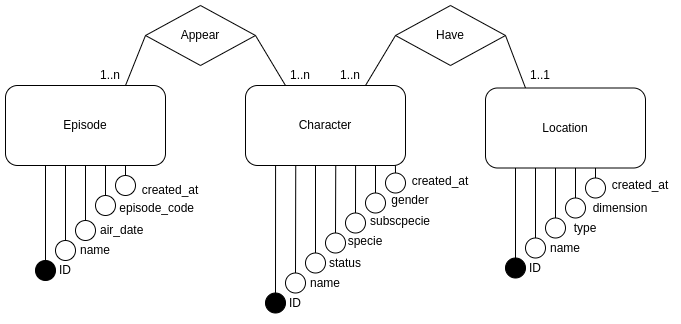
This is database/documentation/entity-relationship-diagram/erd.png from Dellonath/ricknmorty-database-modelling, a draw.io export, as it was before one commit. Source tidied: cells renumbered, new cells last; positions are measured from the earlier drawing's top-left corner, leaving out a move shared by most shapes.
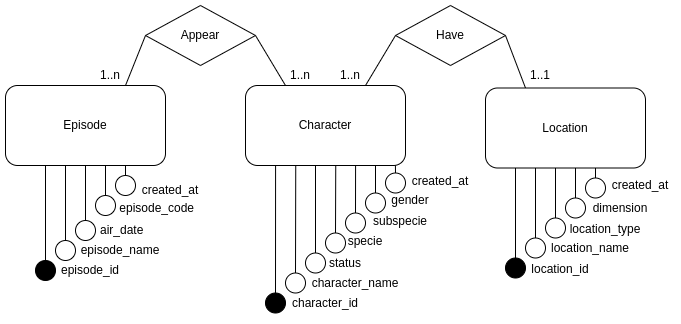
The same diagram one commit later.

Change to the diagram source:
```diff
@@ -28,11 +28,11 @@
     <mxCell id="9" style="ellipse;whiteSpace=wrap;html=1;" parent="1" vertex="1">
       <mxGeometry x="110" y="170" width="20" height="20" as="geometry" />
     </mxCell>
-    <mxCell id="10" value="ID" style="text;html=1;strokeColor=none;fillColor=none;align=center;verticalAlign=middle;whiteSpace=wrap;rounded=0;" parent="1" vertex="1">
-      <mxGeometry x="20" y="250" width="80" height="30" as="geometry" />
+    <mxCell id="10" value="episode_id" style="text;html=1;strokeColor=none;fillColor=none;align=center;verticalAlign=middle;whiteSpace=wrap;rounded=0;" parent="1" vertex="1">
+      <mxGeometry x="20" y="250" width="130" height="30" as="geometry" />
     </mxCell>
-    <mxCell id="11" value="name" style="text;html=1;strokeColor=none;fillColor=none;align=center;verticalAlign=middle;whiteSpace=wrap;rounded=0;" parent="1" vertex="1">
-      <mxGeometry x="60" y="230" width="60" height="30" as="geometry" />
+    <mxCell id="11" value="episode_name" style="text;html=1;strokeColor=none;fillColor=none;align=center;verticalAlign=middle;whiteSpace=wrap;rounded=0;" parent="1" vertex="1">
+      <mxGeometry x="60" y="230" width="110" height="30" as="geometry" />
     </mxCell>
     <mxCell id="12" value="&amp;nbsp; &amp;nbsp; air_date" style="text;html=1;strokeColor=none;fillColor=none;align=center;verticalAlign=middle;whiteSpace=wrap;rounded=0;" parent="1" vertex="1">
       <mxGeometry x="70" y="210" width="80" height="30" as="geometry" />
@@ -103,14 +103,14 @@
     <mxCell id="30" style="ellipse;whiteSpace=wrap;html=1;" parent="1" vertex="1">
       <mxGeometry x="580" y="172.5" width="20" height="20" as="geometry" />
     </mxCell>
-    <mxCell id="31" value="ID" style="text;html=1;strokeColor=none;fillColor=none;align=center;verticalAlign=middle;whiteSpace=wrap;rounded=0;" parent="1" vertex="1">
-      <mxGeometry x="500" y="247.5" width="60" height="30" as="geometry" />
+    <mxCell id="31" value="location_id" style="text;html=1;strokeColor=none;fillColor=none;align=center;verticalAlign=middle;whiteSpace=wrap;rounded=0;" parent="1" vertex="1">
+      <mxGeometry x="500" y="247.5" width="110" height="32.5" as="geometry" />
     </mxCell>
-    <mxCell id="32" value="name" style="text;html=1;strokeColor=none;fillColor=none;align=center;verticalAlign=middle;whiteSpace=wrap;rounded=0;" parent="1" vertex="1">
-      <mxGeometry x="530" y="227.5" width="60" height="30" as="geometry" />
+    <mxCell id="32" value="location_name" style="text;html=1;strokeColor=none;fillColor=none;align=center;verticalAlign=middle;whiteSpace=wrap;rounded=0;" parent="1" vertex="1">
+      <mxGeometry x="530" y="227.5" width="110" height="30" as="geometry" />
     </mxCell>
-    <mxCell id="33" value="type" style="text;html=1;strokeColor=none;fillColor=none;align=center;verticalAlign=middle;whiteSpace=wrap;rounded=0;" parent="1" vertex="1">
-      <mxGeometry x="540" y="207.5" width="80" height="30" as="geometry" />
+    <mxCell id="33" value="location_type" style="text;html=1;strokeColor=none;fillColor=none;align=center;verticalAlign=middle;whiteSpace=wrap;rounded=0;" parent="1" vertex="1">
+      <mxGeometry x="540" y="207.5" width="120" height="32.5" as="geometry" />
     </mxCell>
     <mxCell id="34" value="dimension" style="text;html=1;strokeColor=none;fillColor=none;align=center;verticalAlign=middle;whiteSpace=wrap;rounded=0;" parent="1" vertex="1">
       <mxGeometry x="580" y="187.5" width="70" height="30" as="geometry" />
@@ -153,11 +153,11 @@
     <mxCell id="46" style="ellipse;whiteSpace=wrap;html=1;" parent="1" vertex="1">
       <mxGeometry x="340" y="207.5" width="20" height="20" as="geometry" />
     </mxCell>
-    <mxCell id="47" value="ID" style="text;html=1;strokeColor=none;fillColor=none;align=center;verticalAlign=middle;whiteSpace=wrap;rounded=0;" parent="1" vertex="1">
-      <mxGeometry x="260" y="282.5" width="60" height="30" as="geometry" />
+    <mxCell id="47" value="character_id" style="text;html=1;strokeColor=none;fillColor=none;align=center;verticalAlign=middle;whiteSpace=wrap;rounded=0;" parent="1" vertex="1">
+      <mxGeometry x="260" y="282.5" width="120" height="30" as="geometry" />
     </mxCell>
-    <mxCell id="48" value="name" style="text;html=1;strokeColor=none;fillColor=none;align=center;verticalAlign=middle;whiteSpace=wrap;rounded=0;" parent="1" vertex="1">
-      <mxGeometry x="290" y="262.5" width="60" height="30" as="geometry" />
+    <mxCell id="48" value="character_name" style="text;html=1;strokeColor=none;fillColor=none;align=center;verticalAlign=middle;whiteSpace=wrap;rounded=0;" parent="1" vertex="1">
+      <mxGeometry x="290" y="262.5" width="120" height="30" as="geometry" />
     </mxCell>
     <mxCell id="49" value="status" style="text;html=1;strokeColor=none;fillColor=none;align=center;verticalAlign=middle;whiteSpace=wrap;rounded=0;" parent="1" vertex="1">
       <mxGeometry x="300" y="242.5" width="80" height="30" as="geometry" />
@@ -165,7 +165,7 @@
     <mxCell id="50" value="specie" style="text;html=1;strokeColor=none;fillColor=none;align=center;verticalAlign=middle;whiteSpace=wrap;rounded=0;" parent="1" vertex="1">
       <mxGeometry x="340" y="225" width="40" height="22.5" as="geometry" />
     </mxCell>
-    <mxCell id="51" value="subscpecie" style="text;html=1;strokeColor=none;fillColor=none;align=center;verticalAlign=middle;whiteSpace=wrap;rounded=0;" parent="1" vertex="1">
+    <mxCell id="51" value="subspecie" style="text;html=1;strokeColor=none;fillColor=none;align=center;verticalAlign=middle;whiteSpace=wrap;rounded=0;" parent="1" vertex="1">
       <mxGeometry x="365" y="207.5" width="60" height="17.5" as="geometry" />
     </mxCell>
     <mxCell id="52" style="endArrow=none;html=1;rounded=0;exitX=0.5;exitY=0;exitDx=0;exitDy=0;" parent="1" edge="1" source="53">
```
